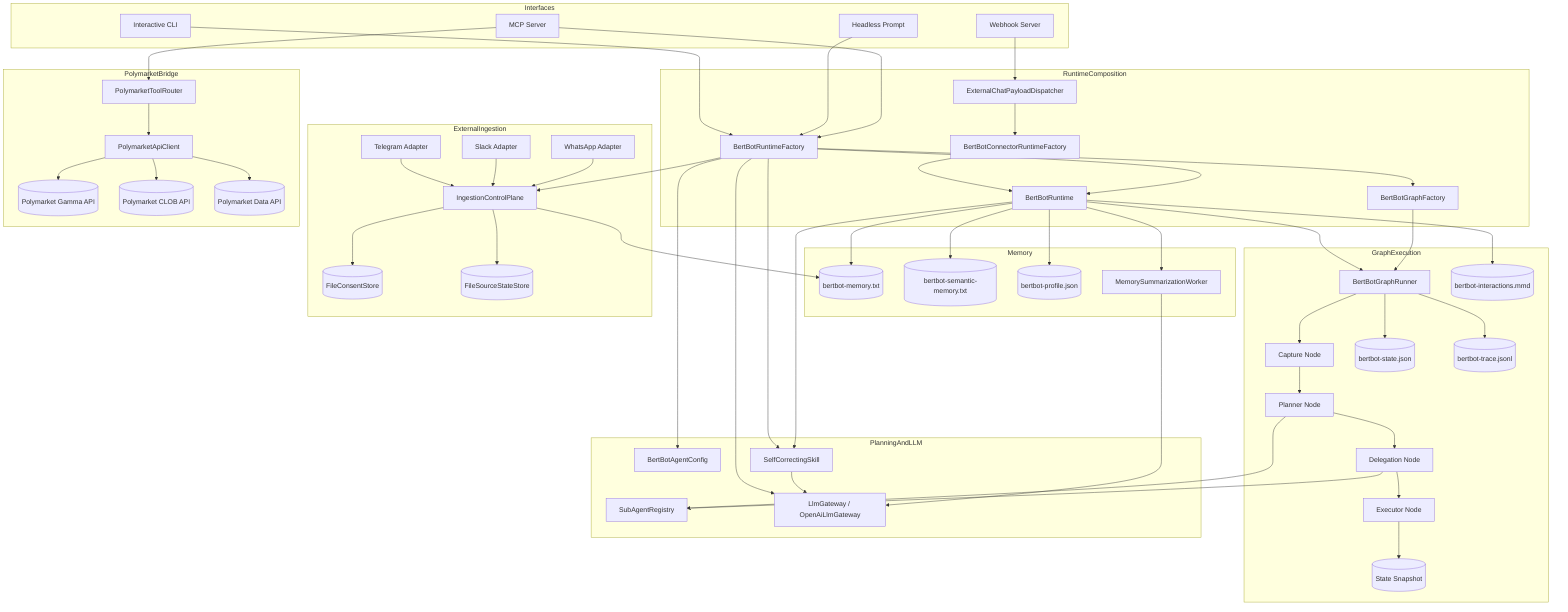
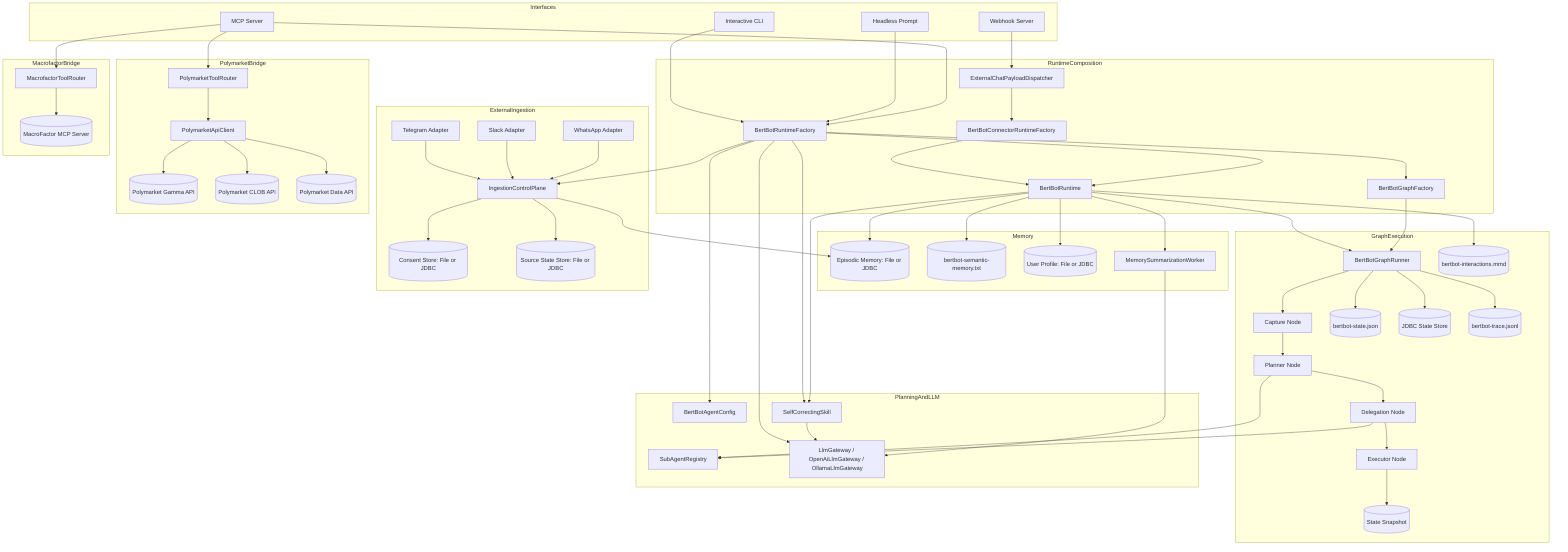
```mermaid
flowchart TD
    subgraph Interfaces
        CLI[Interactive CLI]
        Headless[Headless Prompt]
        MCP[MCP Server]
        Webhook[Webhook Server]
    end

    subgraph RuntimeComposition
        RuntimeFactory[BertBotRuntimeFactory]
        RuntimeCore[BertBotRuntime]
        GraphFactory[BertBotGraphFactory]
        ConnectorFactory[BertBotConnectorRuntimeFactory]
        PayloadDispatcher[ExternalChatPayloadDispatcher]
    end

    subgraph GraphExecution
        Runner[BertBotGraphRunner]
        Capture[Capture Node]
        Planner[Planner Node]
        Delegate[Delegation Node]
        Execute[Executor Node]
        State[(State Snapshot)]
        StateFile[(bertbot-state.json)]
+         JdbcState[(JDBC State Store)]
        TraceFile[(bertbot-trace.jsonl)]
        DiagramFile[(bertbot-interactions.mmd)]
    end

    subgraph PlanningAndLLM
        Config[BertBotAgentConfig]
        Registry[SubAgentRegistry]
        Skill[SelfCorrectingSkill]
-         LLM[LlmGateway / OpenAiLlmGateway]
+         LLM[LlmGateway / OpenAiLlmGateway / OllamaLlmGateway]
    end

    subgraph Memory
-         Episodic[(bertbot-memory.txt)]
+         Episodic[(Episodic Memory: File or JDBC)]
        Semantic[(bertbot-semantic-memory.txt)]
-         Profile[(bertbot-profile.json)]
+         Profile[(User Profile: File or JDBC)]
        Summarizer[MemorySummarizationWorker]
    end

    subgraph ExternalIngestion
        Control[IngestionControlPlane]
-         Consent[(FileConsentStore)]
-         SourceState[(FileSourceStateStore)]
+         Consent[(Consent Store: File or JDBC)]
+         SourceState[(Source State Store: File or JDBC)]
        Telegram[Telegram Adapter]
        Slack[Slack Adapter]
        WhatsApp[WhatsApp Adapter]
    end

    subgraph PolymarketBridge
        PolymarketToolRouter[PolymarketToolRouter]
        PolymarketApiClient[PolymarketApiClient]
        PolymarketGamma[(Polymarket Gamma API)]
        PolymarketCLOB[(Polymarket CLOB API)]
        PolymarketData[(Polymarket Data API)]
+     end
+ 
+     subgraph MacrofactorBridge
+         MacrofactorToolRouter[MacrofactorToolRouter]
+         MacrofactorMcp[(MacroFactor MCP Server)]
    end

    CLI --> RuntimeFactory
    Headless --> RuntimeFactory
    MCP --> RuntimeFactory
    Webhook --> PayloadDispatcher
    PayloadDispatcher --> ConnectorFactory
    ConnectorFactory --> RuntimeCore

    RuntimeFactory --> RuntimeCore
    RuntimeFactory --> GraphFactory
    RuntimeFactory --> Skill
    RuntimeFactory --> LLM
    RuntimeFactory --> Control
    RuntimeFactory --> Config

    RuntimeCore --> Runner
    GraphFactory --> Runner
    Runner --> Capture --> Planner --> Delegate --> Execute
    Execute --> State
    Runner --> StateFile
+     Runner --> JdbcState
    Runner --> TraceFile
    RuntimeCore --> DiagramFile

    Planner --> Registry
    Delegate --> Registry
    Skill --> LLM
    RuntimeCore --> Skill

    RuntimeCore --> Episodic
    RuntimeCore --> Semantic
    RuntimeCore --> Profile
    RuntimeCore --> Summarizer
    Summarizer --> LLM

    Telegram --> Control
    Slack --> Control
    WhatsApp --> Control
    Control --> Consent
    Control --> SourceState
    Control --> Episodic

    MCP --> PolymarketToolRouter
    PolymarketToolRouter --> PolymarketApiClient
    PolymarketApiClient --> PolymarketGamma
    PolymarketApiClient --> PolymarketCLOB
    PolymarketApiClient --> PolymarketData
+ 
+     MCP --> MacrofactorToolRouter
+     MacrofactorToolRouter --> MacrofactorMcp
```
